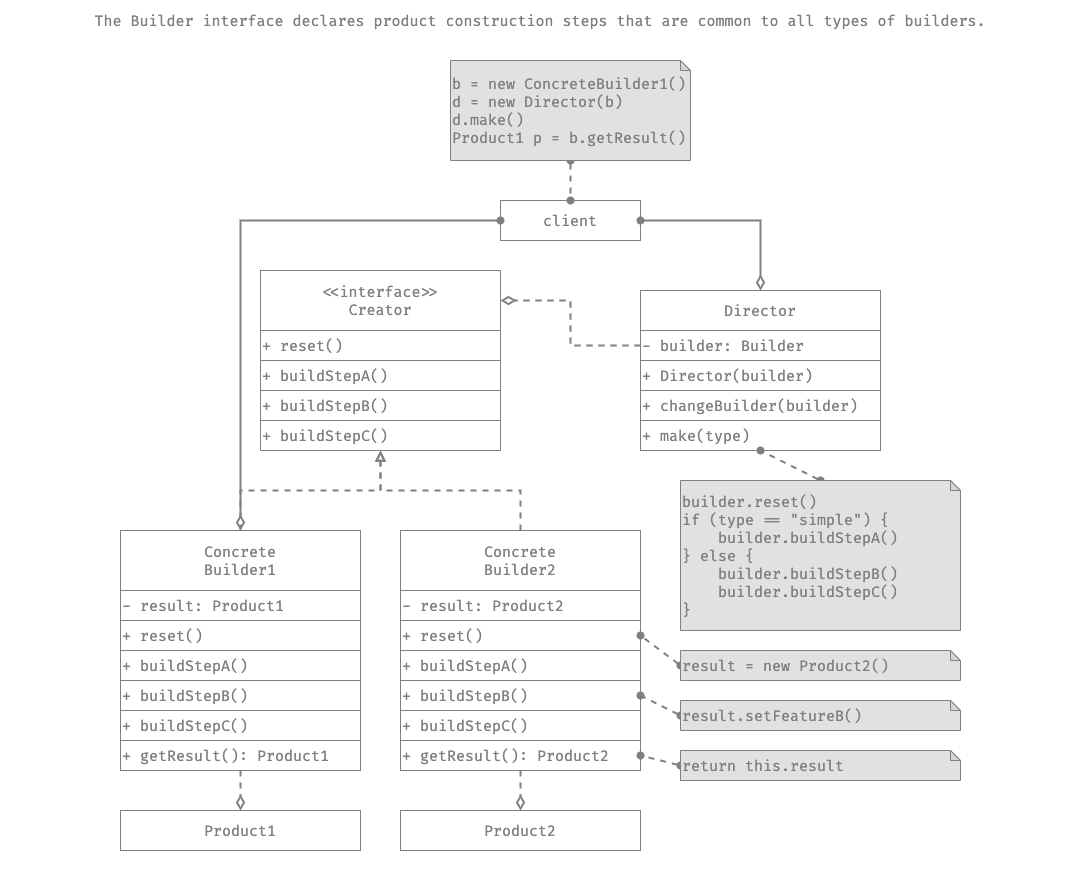
luk3ya0/luk3ya0.github.io keeps this draw.io diagram as static/image/Builder.png. Above is the earlier version. Source tidied: cells renumbered, new cells last; positions are measured from the earlier drawing's top-left corner, leaving out a move shared by most shapes.
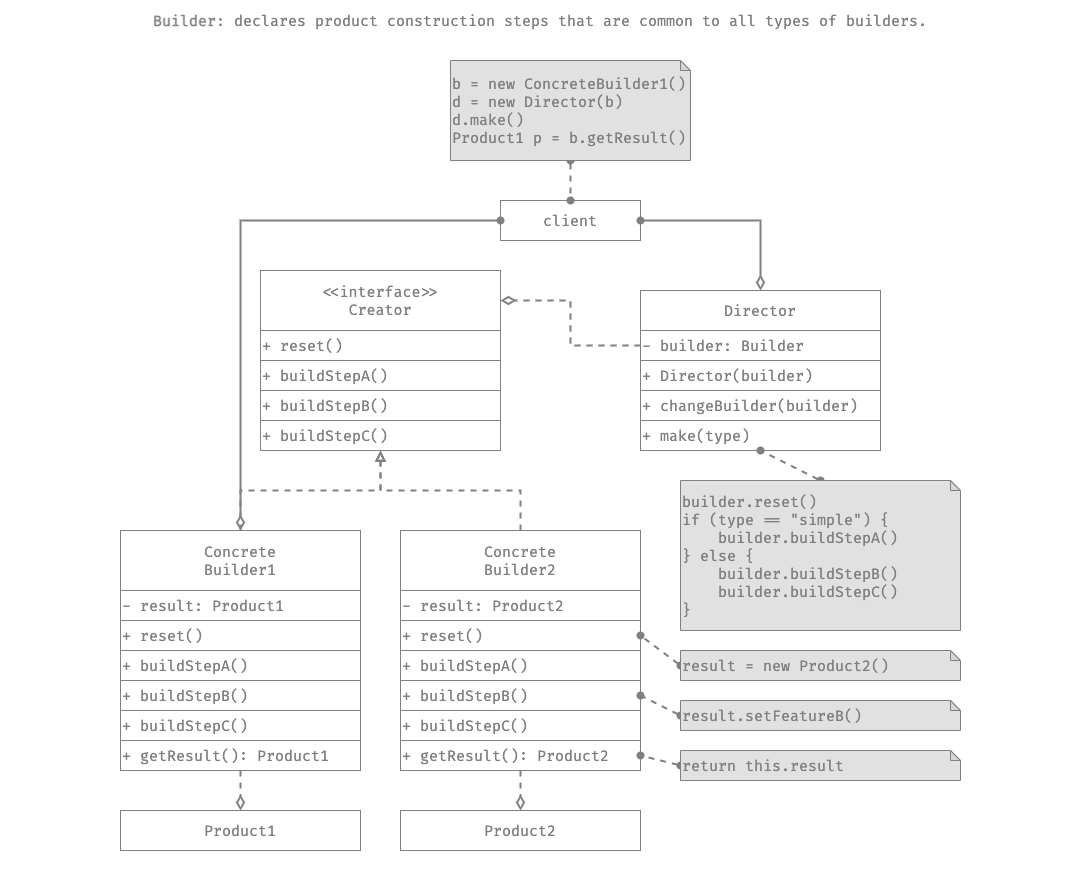
Above is the later version.

Diff of the diagram source:
```diff
@@ -11,7 +11,7 @@
     <mxCell id="4" value="builder.reset()&lt;br&gt;if (type == &quot;simple&quot;) {&lt;br&gt;&amp;nbsp; &amp;nbsp; builder.buildStepA()&lt;br&gt;} else {&lt;br&gt;&amp;nbsp; &amp;nbsp; builder.buildStepB()&lt;br&gt;&amp;nbsp; &amp;nbsp; builder.buildStepC()&lt;br&gt;}" style="shape=note;whiteSpace=wrap;html=1;backgroundOutline=1;darkOpacity=0.05;fontFamily=Fira Code;fontSource=https%3A%2F%2Ffonts.googleapis.com%2Fcss%3Ffamily%3DFira%2BCode;fontSize=15;fontColor=#808080;fillColor=#E1E1E1;size=10;strokeColor=#808080;align=left;" parent="1" vertex="1">
       <mxGeometry x="680" y="480" width="280" height="150" as="geometry" />
     </mxCell>
-    <mxCell id="5" value="The Builder interface declares product construction steps that are common to all types of builders." style="rounded=0;whiteSpace=wrap;html=1;fillColor=none;strokeColor=none;fontFamily=Fira Code;fontSource=https%3A%2F%2Ffonts.googleapis.com%2Fcss%3Ffamily%3DFira%2BCode;fontSize=15;fontColor=#808080;" parent="1" vertex="1">
+    <mxCell id="5" value="&lt;b&gt;Builder&lt;/b&gt;: declares product construction steps that are common to all types of builders." style="rounded=0;whiteSpace=wrap;html=1;fillColor=none;strokeColor=none;fontFamily=Fira Code;fontSource=https%3A%2F%2Ffonts.googleapis.com%2Fcss%3Ffamily%3DFira%2BCode;fontSize=15;fontColor=#808080;" parent="1" vertex="1">
       <mxGeometry width="1080" height="40" as="geometry" />
     </mxCell>
     <mxCell id="6" value="&amp;lt;&amp;lt;interface&amp;gt;&amp;gt;&lt;br&gt;Creator" style="rounded=0;whiteSpace=wrap;html=1;fillColor=none;fontColor=#808080;fontFamily=Fira Code;fontSource=https%3A%2F%2Ffonts.googleapis.com%2Fcss%3Ffamily%3DFira%2BCode;fontSize=15;strokeColor=#808080;" parent="1" vertex="1">
```
